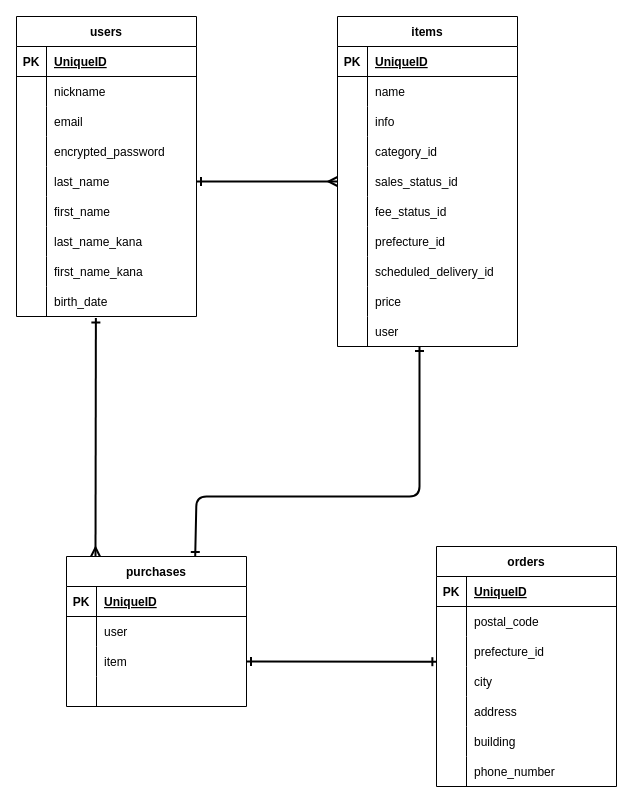
The draw.io diagram furima.dio in mylrella1102/furima-39300, before the edit. Source tidied: cells renumbered, new cells numbered last; positions are measured from the earlier drawing's top-left corner, leaving out a move shared by most shapes. Both pictures are drawn from the tidied source at 100%, with x=0, y=0 at pixel (16, 16).
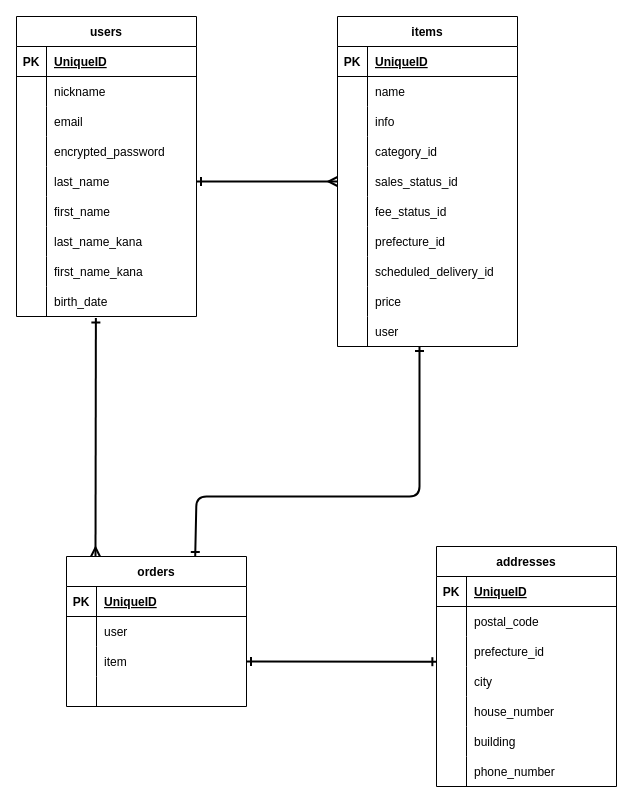
The same page after the edit.

The change refers to these unchanged cells:
```xml
<mxCell id="88" style="shape=tableRow;horizontal=0;startSize=0;swimlaneHead=0;swimlaneBody=0;fillColor=none;top=0;left=0;right=0;bottom=0;" parent="75" vertex="1">
  <mxGeometry y="150" width="180" height="30" as="geometry" />
</mxCell>
```

Change to the diagram source:
```diff
@@
-    <mxCell id="2" value="purchases" style="shape=table;startSize=30;childLayout=tableLayout;rowLines=0;fontStyle=1;align=center;" parent="1" vertex="1">
+    <mxCell id="2" value="orders" style="shape=table;startSize=30;childLayout=tableLayout;rowLines=0;fontStyle=1;align=center;" parent="1" vertex="1">
       <mxGeometry x="50" y="540" width="180" height="150" as="geometry" />
     </mxCell>
@@
-    <mxCell id="75" value="orders" style="shape=table;startSize=30;childLayout=tableLayout;rowLines=0;fontStyle=1;align=center;" parent="15" vertex="1">
+    <mxCell id="75" value="addresses" style="shape=table;startSize=30;childLayout=tableLayout;rowLines=0;fontStyle=1;align=center;" parent="15" vertex="1">
       <mxGeometry x="420" y="530" width="180" height="240" as="geometry" />
     </mxCell>
@@
-    <mxCell id="90" value="address" style="shape=partialRectangle;fillColor=none;top=0;left=0;bottom=0;right=0;align=left;spacingLeft=6;overflow=hidden;" parent="88" vertex="1">
+    <mxCell id="90" value="house_number" style="shape=partialRectangle;fillColor=none;top=0;left=0;bottom=0;right=0;align=left;spacingLeft=6;overflow=hidden;" parent="88" vertex="1">
       <mxGeometry x="30" width="150" height="30" as="geometry" />
     </mxCell>
```
